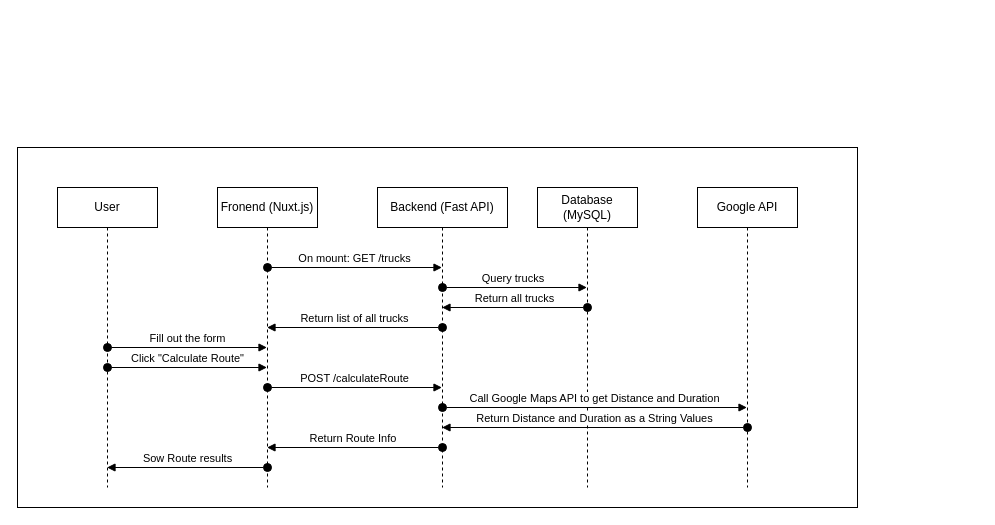
Cyph0rW4ve/road-runner keeps this draw.io diagram as Orga/uml/uml.drawio. Above is the earlier version. Source tidied: cells renumbered, new cells numbered last; positions are measured from the earlier drawing's top-left corner, leaving out a move shared by most shapes. Both pictures are drawn from the tidied source at 100%, with x=0, y=0 at pixel (17, 147).
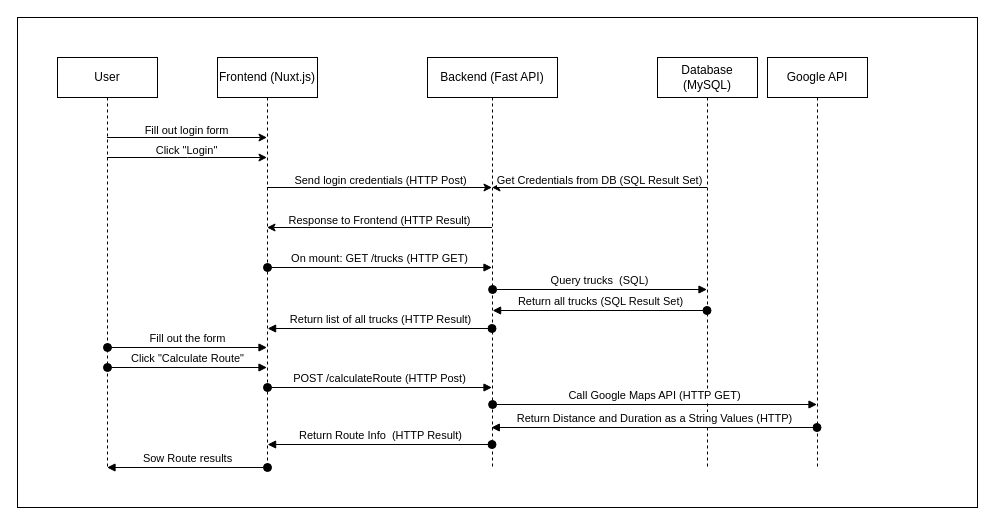
After the change.

Change to the diagram source:
```diff
@@
     <mxCell id="2" style="rounded=0;whiteSpace=wrap;html=1;" parent="1" vertex="1">
-      <mxGeometry width="840" height="360" as="geometry" />
+      <mxGeometry y="-130" width="960" height="490" as="geometry" />
     </mxCell>
+    <mxCell id="19" style="edgeStyle=orthogonalEdgeStyle;rounded=0;jettySize=auto;html=1;curved=0;" parent="1" edge="1" source="3" target="4">
+      <mxGeometry relative="1" as="geometry">
+        <Array as="points">
+          <mxPoint x="160" y="-10" />
+          <mxPoint x="160" y="-10" />
+        </Array>
+      </mxGeometry>
+    </mxCell>
+    <mxCell id="20" value="Fill out login form" style="edgeLabel;html=1;align=center;verticalAlign=middle;" parent="19" vertex="1">
+      <mxGeometry x="-0.01" y="2" relative="1" as="geometry">
+        <mxPoint y="-6" as="offset" />
+      </mxGeometry>
+    </mxCell>
+    <mxCell id="21" style="edgeStyle=orthogonalEdgeStyle;rounded=0;jettySize=auto;html=1;curved=0;" parent="1" edge="1" source="3" target="4">
+      <mxGeometry relative="1" as="geometry">
+        <Array as="points">
+          <mxPoint x="170" y="10" />
+          <mxPoint x="170" y="10" />
+        </Array>
+      </mxGeometry>
+    </mxCell>
+    <mxCell id="22" value="Click &quot;Login&quot;" style="edgeLabel;html=1;align=center;verticalAlign=middle;" parent="21" vertex="1">
+      <mxGeometry x="-0.01" y="2" relative="1" as="geometry">
+        <mxPoint y="-6" as="offset" />
+      </mxGeometry>
+    </mxCell>
     <mxCell id="3" value="User" style="shape=umlLifeline;perimeter=lifelinePerimeter;whiteSpace=wrap;html=1;outlineConnect=0;portConstraint=eastwest;newEdgeStyle={&quot;curved&quot;:0,&quot;rounded&quot;:0};" parent="1" vertex="1">
-      <mxGeometry x="40" y="40" width="100" height="300" as="geometry" />
+      <mxGeometry x="40" y="-90" width="100" height="410" as="geometry" />
     </mxCell>
+    <mxCell id="23" style="edgeStyle=orthogonalEdgeStyle;rounded=0;jettySize=auto;html=1;curved=0;" parent="1" edge="1" source="4" target="5">
+      <mxGeometry relative="1" as="geometry">
+        <Array as="points">
+          <mxPoint x="330" y="40" />
+          <mxPoint x="330" y="40" />
+        </Array>
+      </mxGeometry>
+    </mxCell>
+    <mxCell id="24" value="Send login credentials (HTTP Post)" style="edgeLabel;html=1;align=center;verticalAlign=middle;" parent="23" vertex="1">
+      <mxGeometry relative="1" as="geometry">
+        <mxPoint y="-8" as="offset" />
+      </mxGeometry>
+    </mxCell>
-    <mxCell id="4" value="Fronend (Nuxt.js)" style="shape=umlLifeline;perimeter=lifelinePerimeter;whiteSpace=wrap;html=1;outlineConnect=0;portConstraint=eastwest;newEdgeStyle={&quot;curved&quot;:0,&quot;rounded&quot;:0};" parent="1" vertex="1">
-      <mxGeometry x="200" y="40" width="100" height="300" as="geometry" />
+    <mxCell id="4" value="Frontend (Nuxt.js)" style="shape=umlLifeline;perimeter=lifelinePerimeter;whiteSpace=wrap;html=1;outlineConnect=0;portConstraint=eastwest;newEdgeStyle={&quot;curved&quot;:0,&quot;rounded&quot;:0};" parent="1" vertex="1">
+      <mxGeometry x="200" y="-90" width="100" height="410" as="geometry" />
     </mxCell>
+    <mxCell id="25" style="edgeStyle=orthogonalEdgeStyle;rounded=0;jettySize=auto;html=1;curved=0;" parent="1" edge="1" source="5" target="4">
+      <mxGeometry relative="1" as="geometry">
+        <Array as="points">
+          <mxPoint x="330" y="80" />
+          <mxPoint x="330" y="80" />
+        </Array>
+      </mxGeometry>
+    </mxCell>
+    <mxCell id="26" value="Response to Frontend (HTTP Result)" style="edgeLabel;html=1;align=center;verticalAlign=middle;" parent="25" vertex="1">
+      <mxGeometry relative="1" as="geometry">
+        <mxPoint y="-8" as="offset" />
+      </mxGeometry>
+    </mxCell>
     <mxCell id="5" value="Backend (Fast API)" style="shape=umlLifeline;perimeter=lifelinePerimeter;whiteSpace=wrap;html=1;outlineConnect=0;portConstraint=eastwest;newEdgeStyle={&quot;curved&quot;:0,&quot;rounded&quot;:0};" parent="1" vertex="1">
-      <mxGeometry x="360" y="40" width="130" height="300" as="geometry" />
+      <mxGeometry x="410" y="-90" width="130" height="410" as="geometry" />
     </mxCell>
+    <mxCell id="27" style="edgeStyle=orthogonalEdgeStyle;rounded=0;jettySize=auto;html=1;curved=0;" parent="1" edge="1" source="6" target="5">
+      <mxGeometry relative="1" as="geometry">
+        <Array as="points">
+          <mxPoint x="590" y="40" />
+          <mxPoint x="590" y="40" />
+        </Array>
+      </mxGeometry>
+    </mxCell>
+    <mxCell id="28" value="Get Credentials from DB (SQL Result Set)" style="edgeLabel;html=1;align=center;verticalAlign=middle;" parent="27" vertex="1">
+      <mxGeometry relative="1" as="geometry">
+        <mxPoint y="-8" as="offset" />
+      </mxGeometry>
+    </mxCell>
     <mxCell id="6" value="Database (MySQL)" style="shape=umlLifeline;perimeter=lifelinePerimeter;whiteSpace=wrap;html=1;outlineConnect=0;portConstraint=eastwest;newEdgeStyle={&quot;curved&quot;:0,&quot;rounded&quot;:0};" parent="1" vertex="1">
-      <mxGeometry x="520" y="40" width="100" height="300" as="geometry" />
+      <mxGeometry x="640" y="-90" width="100" height="410" as="geometry" />
     </mxCell>
     <mxCell id="7" value="Google API" style="shape=umlLifeline;perimeter=lifelinePerimeter;whiteSpace=wrap;html=1;outlineConnect=0;portConstraint=eastwest;newEdgeStyle={&quot;curved&quot;:0,&quot;rounded&quot;:0};" parent="1" vertex="1">
-      <mxGeometry x="680" y="40" width="100" height="300" as="geometry" />
+      <mxGeometry x="750" y="-90" width="100" height="410" as="geometry" />
     </mxCell>
-    <mxCell id="8" value="On mount: GET /trucks" style="html=1;verticalAlign=bottom;startArrow=oval;startFill=1;endArrow=block;startSize=8;curved=0;rounded=0;" parent="1" edge="1" target="5">
+    <mxCell id="8" value="On mount: GET /trucks (HTTP GET)" style="html=1;verticalAlign=bottom;startArrow=oval;startFill=1;endArrow=block;startSize=8;curved=0;rounded=0;" parent="1" edge="1" target="5">
       <mxGeometry relative="1" as="geometry">
         <mxPoint x="250" y="120" as="sourcePoint" />
       </mxGeometry>
     </mxCell>
-    <mxCell id="9" value="Query trucks&amp;nbsp;" style="html=1;verticalAlign=bottom;startArrow=oval;startFill=1;endArrow=block;startSize=8;curved=0;rounded=0;" parent="1" edge="1" target="6">
+    <mxCell id="9" value="Query trucks&amp;nbsp; (SQL)" style="html=1;verticalAlign=bottom;startArrow=oval;startFill=1;endArrow=block;startSize=8;curved=0;rounded=0;" parent="1" edge="1">
       <mxGeometry relative="1" as="geometry">
-        <mxPoint x="425" y="140" as="sourcePoint" />
+        <mxPoint x="475.1" y="142" as="sourcePoint" />
+        <mxPoint x="689.5" y="142" as="targetPoint" />
       </mxGeometry>
     </mxCell>
-    <mxCell id="10" value="Return all trucks" style="html=1;verticalAlign=bottom;startArrow=oval;startFill=1;endArrow=block;startSize=8;curved=0;rounded=0;" parent="1" edge="1" target="5">
+    <mxCell id="10" value="Return all trucks (SQL Result Set)" style="html=1;verticalAlign=bottom;startArrow=oval;startFill=1;endArrow=block;startSize=8;curved=0;rounded=0;" parent="1" edge="1">
       <mxGeometry relative="1" as="geometry">
-        <mxPoint x="570" y="160" as="sourcePoint" />
+        <mxPoint x="689.5" y="163" as="sourcePoint" />
+        <mxPoint x="475.1" y="163" as="targetPoint" />
       </mxGeometry>
     </mxCell>
-    <mxCell id="11" value="Return list of all trucks" style="html=1;verticalAlign=bottom;startArrow=oval;startFill=1;endArrow=block;startSize=8;curved=0;rounded=0;" parent="1" edge="1" target="4">
+    <mxCell id="11" value="Return list of all trucks (HTTP Result)" style="html=1;verticalAlign=bottom;startArrow=oval;startFill=1;endArrow=block;startSize=8;curved=0;rounded=0;" parent="1" edge="1">
       <mxGeometry relative="1" as="geometry">
-        <mxPoint x="425" y="180" as="sourcePoint" />
+        <mxPoint x="474.5" y="181" as="sourcePoint" />
+        <mxPoint x="250.1" y="181" as="targetPoint" />
       </mxGeometry>
     </mxCell>
@@
-    <mxCell id="14" value="POST /calculateRoute" style="html=1;verticalAlign=bottom;startArrow=oval;startFill=1;endArrow=block;startSize=8;curved=0;rounded=0;" parent="1" edge="1" target="5">
+    <mxCell id="14" value="POST /calculateRoute (HTTP Post)" style="html=1;verticalAlign=bottom;startArrow=oval;startFill=1;endArrow=block;startSize=8;curved=0;rounded=0;" parent="1" edge="1" target="5">
       <mxGeometry relative="1" as="geometry">
         <mxPoint x="250" y="240" as="sourcePoint" />
       </mxGeometry>
     </mxCell>
-    <mxCell id="15" value="Call Google Maps API to get Distance and Duration" style="html=1;verticalAlign=bottom;startArrow=oval;startFill=1;endArrow=block;startSize=8;curved=0;rounded=0;" parent="1" edge="1" target="7">
+    <mxCell id="15" value="Call Google Maps API (HTTP GET)" style="html=1;verticalAlign=bottom;startArrow=oval;startFill=1;endArrow=block;startSize=8;curved=0;rounded=0;" parent="1" edge="1">
       <mxGeometry relative="1" as="geometry">
-        <mxPoint x="425" y="260" as="sourcePoint" />
+        <mxPoint x="475.1" y="257" as="sourcePoint" />
+        <mxPoint x="799.5" y="257" as="targetPoint" />
       </mxGeometry>
     </mxCell>
-    <mxCell id="16" value="Return Distance and Duration as a String Values" style="html=1;verticalAlign=bottom;startArrow=oval;startFill=1;endArrow=block;startSize=8;curved=0;rounded=0;" parent="1" edge="1" target="5">
+    <mxCell id="16" value="Return Distance and Duration as a String Values (HTTP)" style="html=1;verticalAlign=bottom;startArrow=oval;startFill=1;endArrow=block;startSize=8;curved=0;rounded=0;" parent="1" edge="1" source="7">
       <mxGeometry relative="1" as="geometry">
-        <mxPoint x="730" y="280" as="sourcePoint" />
+        <mxPoint x="473.8" y="280" as="targetPoint" />
       </mxGeometry>
     </mxCell>
-    <mxCell id="17" value="Return Route Info&amp;nbsp;" style="html=1;verticalAlign=bottom;startArrow=oval;startFill=1;endArrow=block;startSize=8;curved=0;rounded=0;" parent="1" edge="1" target="4">
+    <mxCell id="17" value="Return Route Info&amp;nbsp; (HTTP Result)" style="html=1;verticalAlign=bottom;startArrow=oval;startFill=1;endArrow=block;startSize=8;curved=0;rounded=0;" parent="1" edge="1">
       <mxGeometry relative="1" as="geometry">
-        <mxPoint x="425" y="300" as="sourcePoint" />
+        <mxPoint x="474.5" y="297" as="sourcePoint" />
+        <mxPoint x="250.1" y="297" as="targetPoint" />
       </mxGeometry>
     </mxCell>
```
